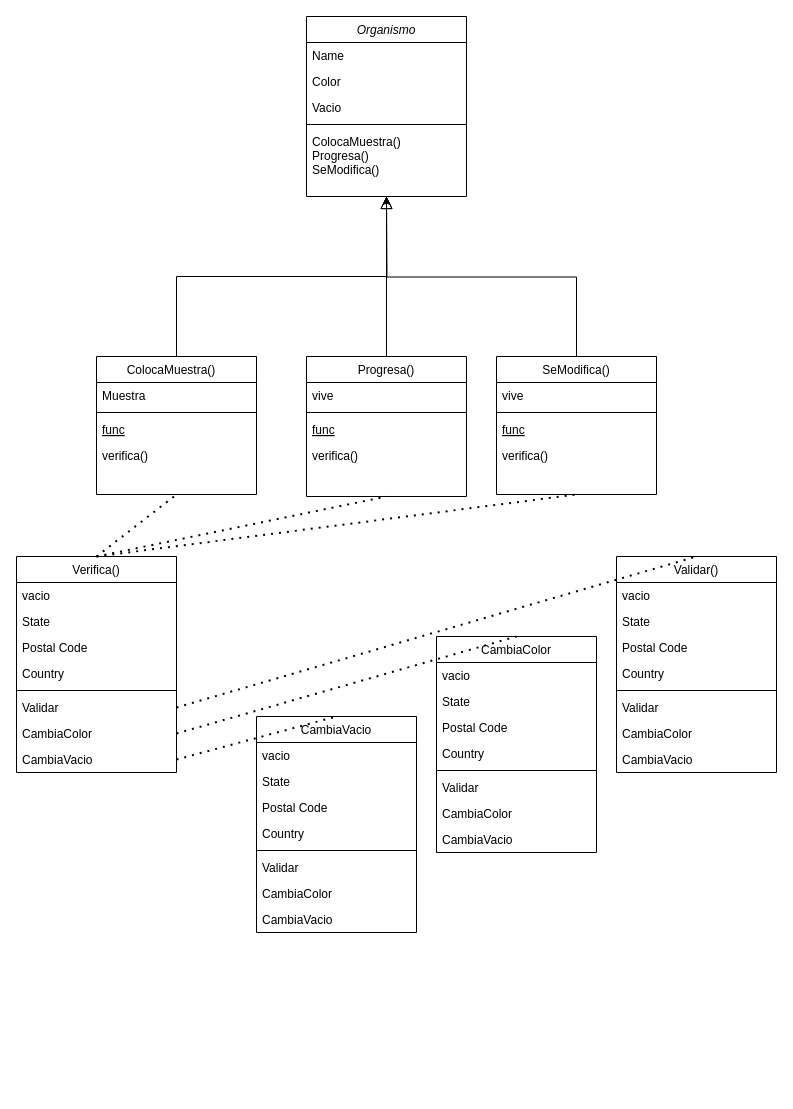
Before: Diagrama sin título.drawio in IngUsac/IPC2_Proyecto1_9516098, a draw.io diagram. Source tidied: cells renumbered, new cells numbered last; positions are measured from the earlier drawing's top-left corner, leaving out a move shared by most shapes. Both pictures are drawn from the tidied source at 100%, with x=0, y=0 at pixel (16, 16).
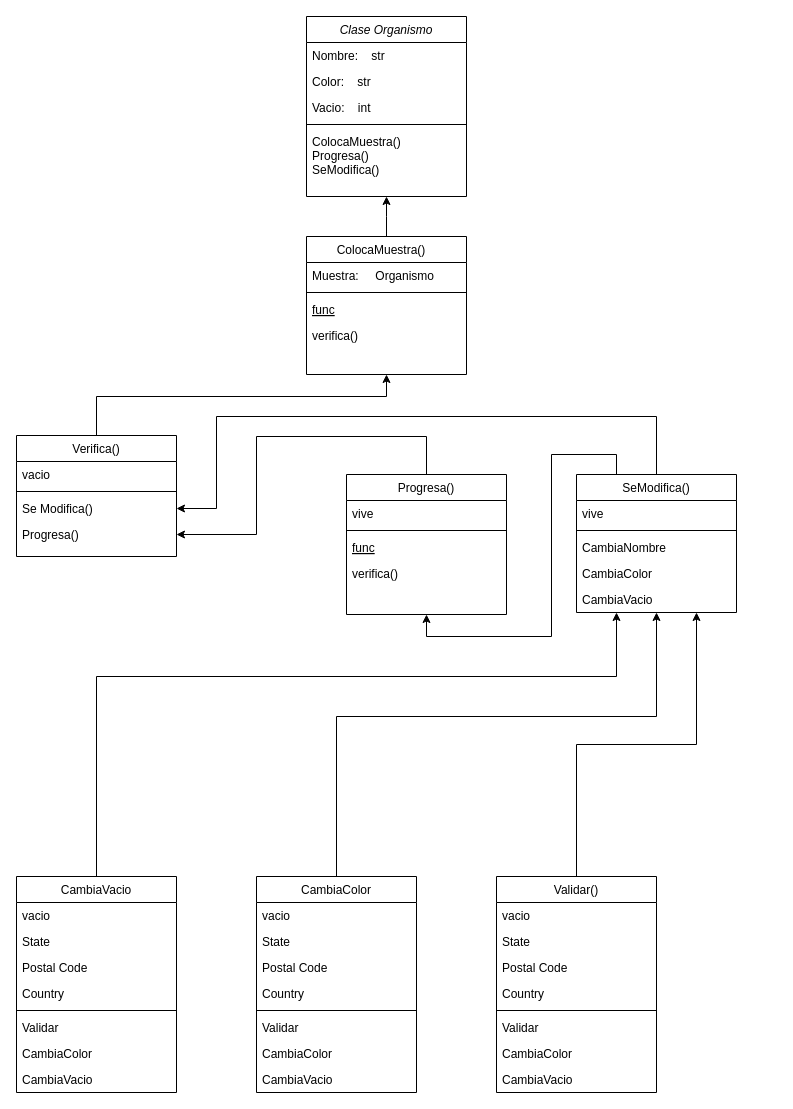
The same diagram, later.

Commit message (it also covers changes not shown here):
Actualizar Diagrama

Change to the diagram source:
```diff
@@
-    <mxCell id="2" value="Organismo" style="swimlane;fontStyle=2;align=center;verticalAlign=top;horizontal=1;startSize=26;rounded=0;shadow=0;strokeWidth=1;" parent="1" vertex="1">
+    <mxCell id="2" value="Clase Organismo" style="swimlane;fontStyle=2;align=center;verticalAlign=top;horizontal=1;startSize=26;rounded=0;shadow=0;strokeWidth=1;" parent="1" vertex="1">
       <mxGeometry x="290" width="160" height="180" as="geometry" />
     </mxCell>
-    <mxCell id="3" value="Name" style="text;align=left;verticalAlign=top;spacingLeft=4;spacingRight=4;overflow=hidden;" parent="2" vertex="1">
+    <mxCell id="3" value="Nombre:    str" style="text;align=left;verticalAlign=top;spacingLeft=4;spacingRight=4;overflow=hidden;" parent="2" vertex="1">
       <mxGeometry y="26" width="160" height="26" as="geometry" />
     </mxCell>
-    <mxCell id="4" value="Color" style="text;align=left;verticalAlign=top;spacingLeft=4;spacingRight=4;overflow=hidden;rounded=0;shadow=0;html=0;" parent="2" vertex="1">
+    <mxCell id="4" value="Color:    str" style="text;align=left;verticalAlign=top;spacingLeft=4;spacingRight=4;overflow=hidden;rounded=0;shadow=0;html=0;" parent="2" vertex="1">
       <mxGeometry y="52" width="160" height="26" as="geometry" />
     </mxCell>
-    <mxCell id="5" value="Vacio" style="text;align=left;verticalAlign=top;spacingLeft=4;spacingRight=4;overflow=hidden;rounded=0;shadow=0;html=0;" parent="2" vertex="1">
+    <mxCell id="5" value="Vacio:    int" style="text;align=left;verticalAlign=top;spacingLeft=4;spacingRight=4;overflow=hidden;rounded=0;shadow=0;html=0;" parent="2" vertex="1">
       <mxGeometry y="78" width="160" height="26" as="geometry" />
     </mxCell>
@@
     <mxCell id="8" value="ColocaMuestra()   " style="swimlane;fontStyle=0;align=center;verticalAlign=top;horizontal=1;startSize=26;rounded=0;shadow=0;strokeWidth=1;" parent="1" vertex="1">
-      <mxGeometry x="80" y="340" width="160" height="138" as="geometry" />
+      <mxGeometry x="290" y="220" width="160" height="138" as="geometry" />
     </mxCell>
-    <mxCell id="9" value="Muestra" style="text;align=left;verticalAlign=top;spacingLeft=4;spacingRight=4;overflow=hidden;" parent="8" vertex="1">
+    <mxCell id="9" value="Muestra:     Organismo" style="text;align=left;verticalAlign=top;spacingLeft=4;spacingRight=4;overflow=hidden;" parent="8" vertex="1">
       <mxGeometry y="26" width="160" height="26" as="geometry" />
     </mxCell>
@@
-    <mxCell id="13" style="endArrow=block;endSize=10;endFill=0;shadow=0;strokeWidth=1;rounded=0;edgeStyle=elbowEdgeStyle;elbow=vertical;" parent="1" edge="1" source="8" target="2">
-      <mxGeometry relative="1" as="geometry" />
-    </mxCell>
+    <mxCell id="68" style="edgeStyle=orthogonalEdgeStyle;rounded=0;jettySize=auto;html=1;exitX=0.5;exitY=0;exitDx=0;exitDy=0;entryX=1;entryY=0.5;entryDx=0;entryDy=0;" parent="1" edge="1" source="14" target="28">
+      <mxGeometry relative="1" as="geometry">
+        <Array as="points">
+          <mxPoint x="410" y="420" />
+          <mxPoint x="240" y="420" />
+          <mxPoint x="240" y="518" />
+        </Array>
+      </mxGeometry>
+    </mxCell>
     <mxCell id="14" value="Progresa()" style="swimlane;fontStyle=0;align=center;verticalAlign=top;horizontal=1;startSize=26;rounded=0;shadow=0;strokeWidth=1;" parent="1" vertex="1">
-      <mxGeometry x="290" y="340" width="160" height="140" as="geometry" />
+      <mxGeometry x="330" y="458" width="160" height="140" as="geometry" />
     </mxCell>
@@
-    <mxCell id="19" style="endArrow=block;endSize=10;endFill=0;shadow=0;strokeWidth=1;rounded=0;edgeStyle=elbowEdgeStyle;elbow=vertical;" parent="1" edge="1" source="14" target="2">
-      <mxGeometry relative="1" as="geometry" />
-    </mxCell>
     <mxCell id="20" value="Verifica()" style="swimlane;fontStyle=0;align=center;verticalAlign=top;horizontal=1;startSize=26;rounded=0;shadow=0;strokeWidth=1;" parent="1" vertex="1">
-      <mxGeometry y="540" width="160" height="216" as="geometry" />
+      <mxGeometry y="419" width="160" height="121" as="geometry" />
     </mxCell>
@@
-    <mxCell id="22" value="State" style="text;align=left;verticalAlign=top;spacingLeft=4;spacingRight=4;overflow=hidden;rounded=0;shadow=0;html=0;" parent="20" vertex="1">
-      <mxGeometry y="52" width="160" height="26" as="geometry" />
-    </mxCell>
-    <mxCell id="23" value="Postal Code" style="text;align=left;verticalAlign=top;spacingLeft=4;spacingRight=4;overflow=hidden;rounded=0;shadow=0;html=0;" parent="20" vertex="1">
-      <mxGeometry y="78" width="160" height="26" as="geometry" />
-    </mxCell>
-    <mxCell id="24" value="Country" style="text;align=left;verticalAlign=top;spacingLeft=4;spacingRight=4;overflow=hidden;rounded=0;shadow=0;html=0;" parent="20" vertex="1">
-      <mxGeometry y="104" width="160" height="26" as="geometry" />
-    </mxCell>
     <mxCell id="25" style="line;html=1;strokeWidth=1;align=left;verticalAlign=middle;spacingTop=-1;spacingLeft=3;spacingRight=3;labelPosition=right;" parent="20" vertex="1">
-      <mxGeometry y="130" width="160" height="8" as="geometry" />
+      <mxGeometry y="52" width="160" height="8" as="geometry" />
     </mxCell>
-    <mxCell id="26" value="Validar" style="text;align=left;verticalAlign=top;spacingLeft=4;spacingRight=4;overflow=hidden;points=[[0,0.5],[1,0.5]];portConstraint=eastwest;" parent="20" vertex="1">
-      <mxGeometry y="138" width="160" height="26" as="geometry" />
-    </mxCell>
-    <mxCell id="27" value="CambiaColor" style="text;align=left;verticalAlign=top;spacingLeft=4;spacingRight=4;overflow=hidden;points=[[0,0.5],[1,0.5]];portConstraint=eastwest;" parent="20" vertex="1">
-      <mxGeometry y="164" width="160" height="26" as="geometry" />
+    <mxCell id="27" value="Se Modifica()" style="text;align=left;verticalAlign=top;spacingLeft=4;spacingRight=4;overflow=hidden;points=[[0,0.5],[1,0.5]];portConstraint=eastwest;" parent="20" vertex="1">
+      <mxGeometry y="60" width="160" height="26" as="geometry" />
     </mxCell>
-    <mxCell id="28" value="CambiaVacio" style="text;align=left;verticalAlign=top;spacingLeft=4;spacingRight=4;overflow=hidden;points=[[0,0.5],[1,0.5]];portConstraint=eastwest;" parent="20" vertex="1">
-      <mxGeometry y="190" width="160" height="26" as="geometry" />
+    <mxCell id="28" value="Progresa()" style="text;align=left;verticalAlign=top;spacingLeft=4;spacingRight=4;overflow=hidden;points=[[0,0.5],[1,0.5]];portConstraint=eastwest;" parent="20" vertex="1">
+      <mxGeometry y="86" width="160" height="26" as="geometry" />
     </mxCell>
-    <mxCell id="29" style="edgeStyle=orthogonalEdgeStyle;rounded=0;jettySize=auto;html=1;exitX=0.5;exitY=0;exitDx=0;exitDy=0;" parent="1" edge="1" source="30">
+    <mxCell id="29" style="edgeStyle=orthogonalEdgeStyle;rounded=0;jettySize=auto;html=1;exitX=0.5;exitY=0;exitDx=0;exitDy=0;" parent="1" edge="1" source="8">
       <mxGeometry relative="1" as="geometry">
         <mxPoint x="370" y="180" as="targetPoint" />
       </mxGeometry>
     </mxCell>
+    <mxCell id="69" style="edgeStyle=orthogonalEdgeStyle;rounded=0;jettySize=auto;html=1;exitX=0.5;exitY=0;exitDx=0;exitDy=0;entryX=1;entryY=0.5;entryDx=0;entryDy=0;" parent="1" edge="1" source="30" target="27">
+      <mxGeometry relative="1" as="geometry">
+        <Array as="points">
+          <mxPoint x="640" y="400" />
+          <mxPoint x="200" y="400" />
+          <mxPoint x="200" y="492" />
+        </Array>
+      </mxGeometry>
+    </mxCell>
+    <mxCell id="70" style="edgeStyle=orthogonalEdgeStyle;rounded=0;jettySize=auto;html=1;exitX=0.25;exitY=0;exitDx=0;exitDy=0;entryX=0.5;entryY=1;entryDx=0;entryDy=0;" parent="1" edge="1" source="30" target="14">
+      <mxGeometry relative="1" as="geometry">
+        <Array as="points">
+          <mxPoint x="600" y="438" />
+          <mxPoint x="535" y="438" />
+          <mxPoint x="535" y="620" />
+          <mxPoint x="410" y="620" />
+        </Array>
+      </mxGeometry>
+    </mxCell>
     <mxCell id="30" value="SeModifica()" style="swimlane;fontStyle=0;align=center;verticalAlign=top;horizontal=1;startSize=26;rounded=0;shadow=0;strokeWidth=1;" parent="1" vertex="1">
-      <mxGeometry x="480" y="340" width="160" height="138" as="geometry" />
+      <mxGeometry x="560" y="458" width="160" height="138" as="geometry" />
     </mxCell>
@@
-    <mxCell id="33" value="func" style="text;align=left;verticalAlign=top;spacingLeft=4;spacingRight=4;overflow=hidden;fontStyle=4;" parent="30" vertex="1">
-      <mxGeometry y="60" width="160" height="26" as="geometry" />
-    </mxCell>
-    <mxCell id="34" value="verifica()" style="text;align=left;verticalAlign=top;spacingLeft=4;spacingRight=4;overflow=hidden;" parent="30" vertex="1">
-      <mxGeometry y="86" width="160" height="26" as="geometry" />
+    <mxCell id="34" value="CambiaNombre" style="text;align=left;verticalAlign=top;spacingLeft=4;spacingRight=4;overflow=hidden;" parent="30" vertex="1">
+      <mxGeometry y="60" width="160" height="26" as="geometry" />
     </mxCell>
+    <mxCell id="71" value="CambiaColor" style="text;align=left;verticalAlign=top;spacingLeft=4;spacingRight=4;overflow=hidden;" parent="30" vertex="1">
+      <mxGeometry y="86" width="160" height="26" as="geometry" />
+    </mxCell>
+    <mxCell id="72" value="CambiaVacio" style="text;align=left;verticalAlign=top;spacingLeft=4;spacingRight=4;overflow=hidden;" parent="30" vertex="1">
+      <mxGeometry y="112" width="160" height="26" as="geometry" />
+    </mxCell>
+    <mxCell id="73" style="edgeStyle=orthogonalEdgeStyle;rounded=0;jettySize=auto;html=1;exitX=0.5;exitY=0;exitDx=0;exitDy=0;entryX=0.75;entryY=1;entryDx=0;entryDy=0;" parent="1" edge="1" source="35" target="30">
+      <mxGeometry relative="1" as="geometry" />
+    </mxCell>
     <mxCell id="35" value="Validar()" style="swimlane;fontStyle=0;align=center;verticalAlign=top;horizontal=1;startSize=26;rounded=0;shadow=0;strokeWidth=1;" parent="1" vertex="1">
-      <mxGeometry x="600" y="540" width="160" height="216" as="geometry" />
+      <mxGeometry x="480" y="860" width="160" height="216" as="geometry" />
     </mxCell>
@@
+    <mxCell id="74" style="edgeStyle=orthogonalEdgeStyle;rounded=0;jettySize=auto;html=1;exitX=0.5;exitY=0;exitDx=0;exitDy=0;entryX=0.5;entryY=1;entryDx=0;entryDy=0;" parent="1" edge="1" source="44" target="30">
+      <mxGeometry relative="1" as="geometry">
+        <Array as="points">
+          <mxPoint x="320" y="700" />
+          <mxPoint x="640" y="700" />
+        </Array>
+      </mxGeometry>
+    </mxCell>
     <mxCell id="44" value="CambiaColor" style="swimlane;fontStyle=0;align=center;verticalAlign=top;horizontal=1;startSize=26;rounded=0;shadow=0;strokeWidth=1;" parent="1" vertex="1">
-      <mxGeometry x="420" y="620" width="160" height="216" as="geometry" />
+      <mxGeometry x="240" y="860" width="160" height="216" as="geometry" />
     </mxCell>
@@
+    <mxCell id="75" style="edgeStyle=orthogonalEdgeStyle;rounded=0;jettySize=auto;html=1;exitX=0.5;exitY=0;exitDx=0;exitDy=0;entryX=0.25;entryY=1;entryDx=0;entryDy=0;" parent="1" edge="1" source="53" target="30">
+      <mxGeometry relative="1" as="geometry">
+        <Array as="points">
+          <mxPoint x="80" y="660" />
+          <mxPoint x="600" y="660" />
+        </Array>
+      </mxGeometry>
+    </mxCell>
     <mxCell id="53" value="CambiaVacio" style="swimlane;fontStyle=0;align=center;verticalAlign=top;horizontal=1;startSize=26;rounded=0;shadow=0;strokeWidth=1;" parent="1" vertex="1">
-      <mxGeometry x="240" y="700" width="160" height="216" as="geometry" />
+      <mxGeometry y="860" width="160" height="216" as="geometry" />
     </mxCell>
@@
-    <mxCell id="62" style="endArrow=none;dashed=1;html=1;dashPattern=1 3;strokeWidth=2;rounded=0;exitX=0.5;exitY=0;exitDx=0;exitDy=0;entryX=0.5;entryY=1;entryDx=0;entryDy=0;" parent="1" edge="1" source="20" target="8">
-      <mxGeometry relative="1" as="geometry" />
+    <mxCell id="62" style="endArrow=classic;html=1;rounded=0;entryX=0.5;entryY=1;entryDx=0;entryDy=0;exitX=0.5;exitY=0;exitDx=0;exitDy=0;" parent="1" edge="1" source="20" target="8">
+      <mxGeometry relative="1" as="geometry">
+        <Array as="points">
+          <mxPoint x="80" y="380" />
+          <mxPoint x="370" y="380" />
+        </Array>
+      </mxGeometry>
     </mxCell>
-    <mxCell id="63" style="endArrow=none;dashed=1;html=1;dashPattern=1 3;strokeWidth=2;rounded=0;entryX=0.5;entryY=1;entryDx=0;entryDy=0;exitX=0.5;exitY=0;exitDx=0;exitDy=0;" parent="1" edge="1" source="20" target="14">
-      <mxGeometry relative="1" as="geometry" />
-    </mxCell>
-    <mxCell id="64" style="endArrow=none;dashed=1;html=1;dashPattern=1 3;strokeWidth=2;rounded=0;entryX=0.5;entryY=1;entryDx=0;entryDy=0;" parent="1" edge="1" target="30">
-      <mxGeometry relative="1" as="geometry">
-        <mxPoint x="80" y="540" as="sourcePoint" />
-      </mxGeometry>
-    </mxCell>
-    <mxCell id="65" style="endArrow=none;dashed=1;html=1;dashPattern=1 3;strokeWidth=2;rounded=0;exitX=1;exitY=0.5;exitDx=0;exitDy=0;entryX=0.5;entryY=0;entryDx=0;entryDy=0;" parent="1" edge="1" source="26" target="35">
-      <mxGeometry relative="1" as="geometry" />
-    </mxCell>
-    <mxCell id="66" style="endArrow=none;dashed=1;html=1;dashPattern=1 3;strokeWidth=2;rounded=0;exitX=1;exitY=0.5;exitDx=0;exitDy=0;entryX=0.5;entryY=0;entryDx=0;entryDy=0;" parent="1" edge="1" source="27" target="44">
-      <mxGeometry relative="1" as="geometry" />
-    </mxCell>
-    <mxCell id="67" style="endArrow=none;dashed=1;html=1;dashPattern=1 3;strokeWidth=2;rounded=0;exitX=1;exitY=0.5;exitDx=0;exitDy=0;entryX=0.5;entryY=0;entryDx=0;entryDy=0;" parent="1" edge="1" source="28" target="53">
-      <mxGeometry relative="1" as="geometry" />
-    </mxCell>
```
